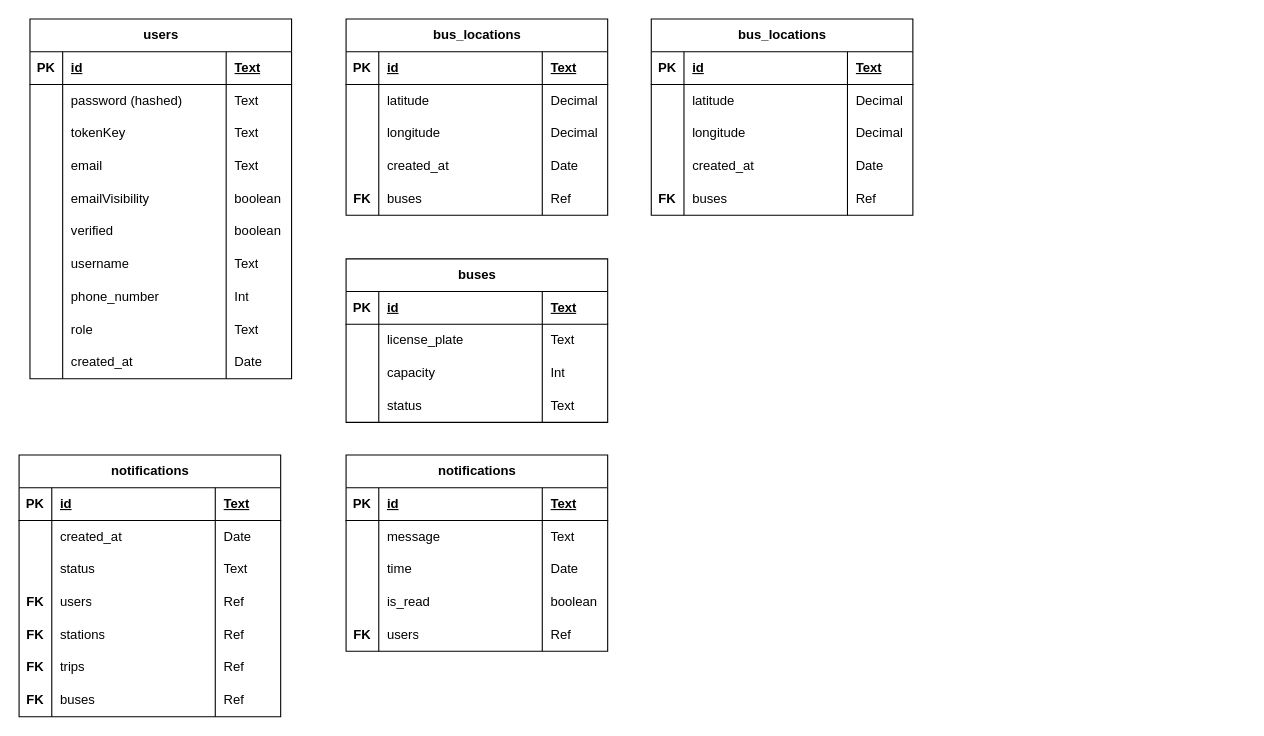
The draw.io diagram ERD-Bus-System-Improvement.drawio in lukas0173/Draw.io, before the edit. Source tidied: cells renumbered, new cells numbered last; positions are measured from the earlier drawing's top-left corner, leaving out a move shared by most shapes. Both pictures are drawn from the tidied source at 109%, with x=0, y=0 at pixel (19, 19).
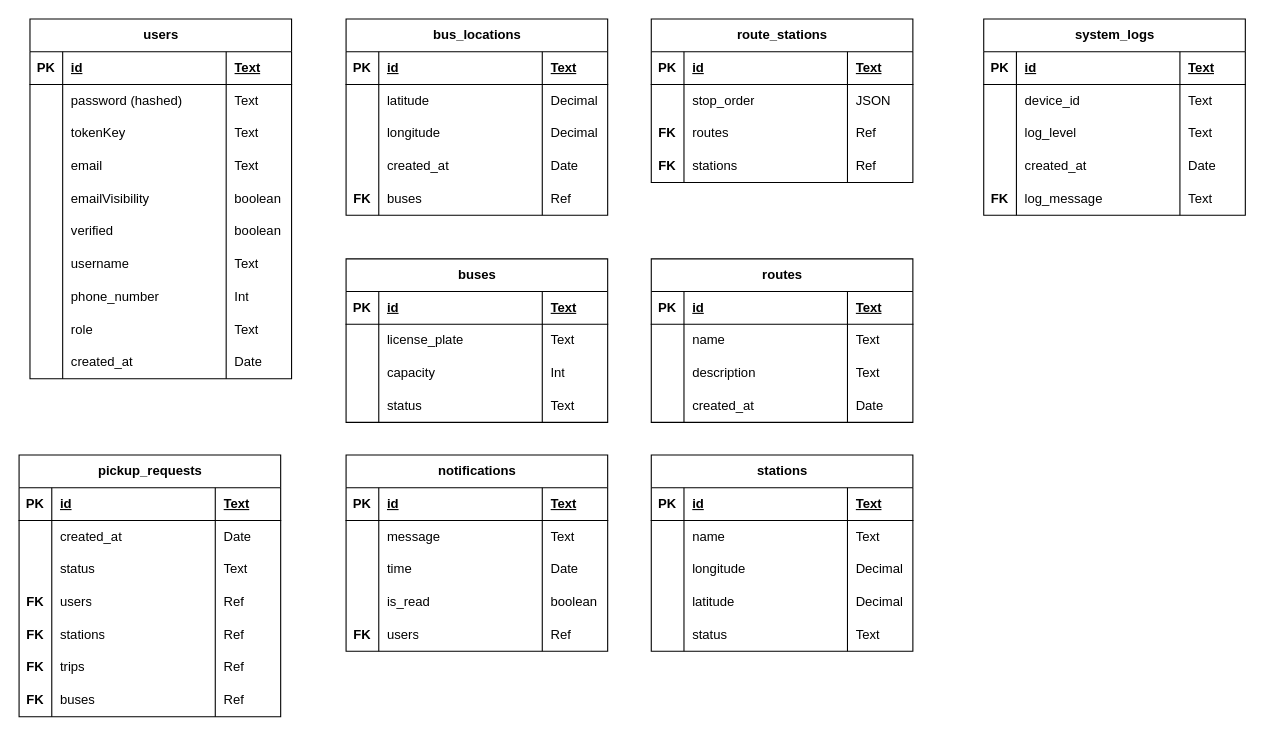
The same diagram, later.

The change refers to these unchanged cells:
```xml
<mxCell id="136" style="shape=tableRow;horizontal=0;startSize=0;swimlaneHead=0;swimlaneBody=0;fillColor=none;top=0;left=0;right=0;bottom=0;" parent="131" vertex="1">
  <mxGeometry y="60" width="240" height="30" as="geometry" />
</mxCell>
<mxCell id="140" style="shape=tableRow;horizontal=0;startSize=0;swimlaneHead=0;swimlaneBody=0;fillColor=none;top=0;left=0;right=0;bottom=0;" parent="131" vertex="1">
  <mxGeometry y="90" width="240" height="30" as="geometry" />
</mxCell>
<mxCell id="144" style="shape=tableRow;horizontal=0;startSize=0;swimlaneHead=0;swimlaneBody=0;fillColor=none;top=0;left=0;right=0;bottom=0;" parent="131" vertex="1">
  <mxGeometry y="120" width="240" height="30" as="geometry" />
</mxCell>
```

Change to the diagram source:
```diff
@@
-    <mxCell id="102" value="notifications" style="shape=table;startSize=30;childLayout=tableLayout;rowLines=0;fontStyle=1;align=center;html=1;" parent="1" vertex="1">
+    <mxCell id="102" value="pickup_requests" style="shape=table;startSize=30;childLayout=tableLayout;rowLines=0;fontStyle=1;align=center;html=1;" parent="1" vertex="1">
       <mxGeometry y="400" width="240" height="240" as="geometry" />
     </mxCell>
@@
-    <mxCell id="131" value="bus_locations" style="shape=table;startSize=30;childLayout=tableLayout;rowLines=0;fontStyle=1;align=center;html=1;" parent="1" vertex="1">
-      <mxGeometry x="580" width="240" height="180" as="geometry" />
+    <mxCell id="131" value="route_stations" style="shape=table;startSize=30;childLayout=tableLayout;rowLines=0;fontStyle=1;align=center;html=1;" parent="1" vertex="1">
+      <mxGeometry x="580" width="240" height="150" as="geometry" />
     </mxCell>
@@
-    <mxCell id="138" value="latitude" style="shape=partialRectangle;fillColor=none;top=0;left=0;bottom=0;right=0;align=left;spacingLeft=6;overflow=hidden;whiteSpace=wrap;html=1;" parent="136" vertex="1">
+    <mxCell id="138" value="stop_order" style="shape=partialRectangle;fillColor=none;top=0;left=0;bottom=0;right=0;align=left;spacingLeft=6;overflow=hidden;whiteSpace=wrap;html=1;" parent="136" vertex="1">
       <mxGeometry x="30" width="150" height="30" as="geometry" />
     </mxCell>
-    <mxCell id="139" value="Decimal" style="shape=partialRectangle;fillColor=none;top=0;left=0;bottom=0;right=0;align=left;spacingLeft=6;overflow=hidden;whiteSpace=wrap;html=1;" parent="136" vertex="1">
+    <mxCell id="139" value="JSON" style="shape=partialRectangle;fillColor=none;top=0;left=0;bottom=0;right=0;align=left;spacingLeft=6;overflow=hidden;whiteSpace=wrap;html=1;" parent="136" vertex="1">
       <mxGeometry x="180" width="60" height="30" as="geometry" />
     </mxCell>
@@
-    <mxCell id="141" style="shape=partialRectangle;fillColor=none;top=0;left=0;bottom=0;right=0;overflow=hidden;whiteSpace=wrap;html=1;" parent="140" vertex="1">
+    <mxCell id="141" value="&lt;b&gt;FK&lt;/b&gt;" style="shape=partialRectangle;fillColor=none;top=0;left=0;bottom=0;right=0;overflow=hidden;whiteSpace=wrap;html=1;" parent="140" vertex="1">
       <mxGeometry width="30" height="30" as="geometry" />
     </mxCell>
-    <mxCell id="142" value="longitude" style="shape=partialRectangle;fillColor=none;top=0;left=0;bottom=0;right=0;align=left;spacingLeft=6;overflow=hidden;whiteSpace=wrap;html=1;" parent="140" vertex="1">
+    <mxCell id="142" value="routes" style="shape=partialRectangle;fillColor=none;top=0;left=0;bottom=0;right=0;align=left;spacingLeft=6;overflow=hidden;whiteSpace=wrap;html=1;" parent="140" vertex="1">
       <mxGeometry x="30" width="150" height="30" as="geometry" />
     </mxCell>
-    <mxCell id="143" value="Decimal" style="shape=partialRectangle;fillColor=none;top=0;left=0;bottom=0;right=0;align=left;spacingLeft=6;overflow=hidden;whiteSpace=wrap;html=1;" parent="140" vertex="1">
+    <mxCell id="143" value="Ref" style="shape=partialRectangle;fillColor=none;top=0;left=0;bottom=0;right=0;align=left;spacingLeft=6;overflow=hidden;whiteSpace=wrap;html=1;" parent="140" vertex="1">
       <mxGeometry x="180" width="60" height="30" as="geometry" />
     </mxCell>
@@
-    <mxCell id="145" style="shape=partialRectangle;fillColor=none;top=0;left=0;bottom=0;right=0;overflow=hidden;whiteSpace=wrap;html=1;" parent="144" vertex="1">
+    <mxCell id="145" value="&lt;b&gt;FK&lt;/b&gt;" style="shape=partialRectangle;fillColor=none;top=0;left=0;bottom=0;right=0;overflow=hidden;whiteSpace=wrap;html=1;" parent="144" vertex="1">
       <mxGeometry width="30" height="30" as="geometry" />
     </mxCell>
-    <mxCell id="146" value="created_at" style="shape=partialRectangle;fillColor=none;top=0;left=0;bottom=0;right=0;align=left;spacingLeft=6;overflow=hidden;whiteSpace=wrap;html=1;" parent="144" vertex="1">
+    <mxCell id="146" value="stations" style="shape=partialRectangle;fillColor=none;top=0;left=0;bottom=0;right=0;align=left;spacingLeft=6;overflow=hidden;whiteSpace=wrap;html=1;" parent="144" vertex="1">
       <mxGeometry x="30" width="150" height="30" as="geometry" />
     </mxCell>
-    <mxCell id="147" value="Date" style="shape=partialRectangle;fillColor=none;top=0;left=0;bottom=0;right=0;align=left;spacingLeft=6;overflow=hidden;whiteSpace=wrap;html=1;" parent="144" vertex="1">
+    <mxCell id="147" value="Ref" style="shape=partialRectangle;fillColor=none;top=0;left=0;bottom=0;right=0;align=left;spacingLeft=6;overflow=hidden;whiteSpace=wrap;html=1;" parent="144" vertex="1">
       <mxGeometry x="180" width="60" height="30" as="geometry" />
     </mxCell>
-    <mxCell id="148" style="shape=tableRow;horizontal=0;startSize=0;swimlaneHead=0;swimlaneBody=0;fillColor=none;top=0;left=0;right=0;bottom=0;" parent="131" vertex="1">
-      <mxGeometry y="150" width="240" height="30" as="geometry" />
-    </mxCell>
+    <mxCell id="152" value="routes" style="shape=table;startSize=30;childLayout=tableLayout;rowLines=0;fontStyle=1;align=center;html=1;" parent="1" vertex="1">
+      <mxGeometry x="580" y="220" width="240" height="150" as="geometry" />
+    </mxCell>
+    <mxCell id="153" style="shape=tableRow;horizontal=0;startSize=0;swimlaneHead=0;swimlaneBody=0;fillColor=none;top=0;left=0;right=0;bottom=1;" parent="152" vertex="1">
+      <mxGeometry y="30" width="240" height="30" as="geometry" />
+    </mxCell>
+    <mxCell id="154" value="PK" style="shape=partialRectangle;fillColor=none;top=0;left=0;bottom=0;right=0;fontStyle=1;overflow=hidden;whiteSpace=wrap;html=1;" parent="153" vertex="1">
+      <mxGeometry width="30" height="30" as="geometry" />
+    </mxCell>
+    <mxCell id="155" value="id" style="shape=partialRectangle;fillColor=none;top=0;left=0;bottom=0;right=0;align=left;spacingLeft=6;fontStyle=5;overflow=hidden;whiteSpace=wrap;html=1;" parent="153" vertex="1">
+      <mxGeometry x="30" width="150" height="30" as="geometry" />
+    </mxCell>
+    <mxCell id="156" value="Text" style="shape=partialRectangle;fillColor=none;top=0;left=0;bottom=0;right=0;align=left;spacingLeft=6;fontStyle=5;overflow=hidden;whiteSpace=wrap;html=1;" parent="153" vertex="1">
+      <mxGeometry x="180" width="60" height="30" as="geometry" />
+    </mxCell>
+    <mxCell id="157" style="shape=tableRow;horizontal=0;startSize=0;swimlaneHead=0;swimlaneBody=0;fillColor=none;top=0;left=0;right=0;bottom=0;" parent="152" vertex="1">
+      <mxGeometry y="60" width="240" height="30" as="geometry" />
+    </mxCell>
+    <mxCell id="158" style="shape=partialRectangle;fillColor=none;top=0;left=0;bottom=0;right=0;overflow=hidden;whiteSpace=wrap;html=1;" parent="157" vertex="1">
+      <mxGeometry width="30" height="30" as="geometry" />
+    </mxCell>
+    <mxCell id="159" value="name" style="shape=partialRectangle;fillColor=none;top=0;left=0;bottom=0;right=0;align=left;spacingLeft=6;overflow=hidden;whiteSpace=wrap;html=1;" parent="157" vertex="1">
+      <mxGeometry x="30" width="150" height="30" as="geometry" />
+    </mxCell>
+    <mxCell id="160" value="Text" style="shape=partialRectangle;fillColor=none;top=0;left=0;bottom=0;right=0;align=left;spacingLeft=6;overflow=hidden;whiteSpace=wrap;html=1;" parent="157" vertex="1">
+      <mxGeometry x="180" width="60" height="30" as="geometry" />
+    </mxCell>
+    <mxCell id="161" style="shape=tableRow;horizontal=0;startSize=0;swimlaneHead=0;swimlaneBody=0;fillColor=none;top=0;left=0;right=0;bottom=0;" parent="152" vertex="1">
+      <mxGeometry y="90" width="240" height="30" as="geometry" />
+    </mxCell>
+    <mxCell id="162" style="shape=partialRectangle;fillColor=none;top=0;left=0;bottom=0;right=0;overflow=hidden;whiteSpace=wrap;html=1;" parent="161" vertex="1">
+      <mxGeometry width="30" height="30" as="geometry" />
+    </mxCell>
+    <mxCell id="163" value="description" style="shape=partialRectangle;fillColor=none;top=0;left=0;bottom=0;right=0;align=left;spacingLeft=6;overflow=hidden;whiteSpace=wrap;html=1;" parent="161" vertex="1">
+      <mxGeometry x="30" width="150" height="30" as="geometry" />
+    </mxCell>
+    <mxCell id="164" value="Text" style="shape=partialRectangle;fillColor=none;top=0;left=0;bottom=0;right=0;align=left;spacingLeft=6;overflow=hidden;whiteSpace=wrap;html=1;" parent="161" vertex="1">
+      <mxGeometry x="180" width="60" height="30" as="geometry" />
+    </mxCell>
+    <mxCell id="165" style="shape=tableRow;horizontal=0;startSize=0;swimlaneHead=0;swimlaneBody=0;fillColor=none;top=0;left=0;right=0;bottom=0;" parent="152" vertex="1">
+      <mxGeometry y="120" width="240" height="30" as="geometry" />
+    </mxCell>
+    <mxCell id="166" style="shape=partialRectangle;fillColor=none;top=0;left=0;bottom=0;right=0;overflow=hidden;whiteSpace=wrap;html=1;" parent="165" vertex="1">
+      <mxGeometry width="30" height="30" as="geometry" />
+    </mxCell>
+    <mxCell id="167" value="created_at" style="shape=partialRectangle;fillColor=none;top=0;left=0;bottom=0;right=0;align=left;spacingLeft=6;overflow=hidden;whiteSpace=wrap;html=1;" parent="165" vertex="1">
+      <mxGeometry x="30" width="150" height="30" as="geometry" />
+    </mxCell>
+    <mxCell id="168" value="Date" style="shape=partialRectangle;fillColor=none;top=0;left=0;bottom=0;right=0;align=left;spacingLeft=6;overflow=hidden;whiteSpace=wrap;html=1;" parent="165" vertex="1">
+      <mxGeometry x="180" width="60" height="30" as="geometry" />
+    </mxCell>
+    <mxCell id="169" value="stations" style="shape=table;startSize=30;childLayout=tableLayout;rowLines=0;fontStyle=1;align=center;html=1;" parent="1" vertex="1">
+      <mxGeometry x="580" y="400" width="240" height="180" as="geometry" />
+    </mxCell>
+    <mxCell id="170" style="shape=tableRow;horizontal=0;startSize=0;swimlaneHead=0;swimlaneBody=0;fillColor=none;top=0;left=0;right=0;bottom=1;" parent="169" vertex="1">
+      <mxGeometry y="30" width="240" height="30" as="geometry" />
+    </mxCell>
+    <mxCell id="171" value="PK" style="shape=partialRectangle;fillColor=none;top=0;left=0;bottom=0;right=0;fontStyle=1;overflow=hidden;whiteSpace=wrap;html=1;" parent="170" vertex="1">
+      <mxGeometry width="30" height="30" as="geometry" />
+    </mxCell>
+    <mxCell id="172" value="id" style="shape=partialRectangle;fillColor=none;top=0;left=0;bottom=0;right=0;align=left;spacingLeft=6;fontStyle=5;overflow=hidden;whiteSpace=wrap;html=1;" parent="170" vertex="1">
+      <mxGeometry x="30" width="150" height="30" as="geometry" />
+    </mxCell>
+    <mxCell id="173" value="Text" style="shape=partialRectangle;fillColor=none;top=0;left=0;bottom=0;right=0;align=left;spacingLeft=6;fontStyle=5;overflow=hidden;whiteSpace=wrap;html=1;" parent="170" vertex="1">
+      <mxGeometry x="180" width="60" height="30" as="geometry" />
+    </mxCell>
+    <mxCell id="174" style="shape=tableRow;horizontal=0;startSize=0;swimlaneHead=0;swimlaneBody=0;fillColor=none;top=0;left=0;right=0;bottom=0;" parent="169" vertex="1">
+      <mxGeometry y="60" width="240" height="30" as="geometry" />
+    </mxCell>
+    <mxCell id="175" style="shape=partialRectangle;fillColor=none;top=0;left=0;bottom=0;right=0;overflow=hidden;whiteSpace=wrap;html=1;" parent="174" vertex="1">
+      <mxGeometry width="30" height="30" as="geometry" />
+    </mxCell>
+    <mxCell id="176" value="name" style="shape=partialRectangle;fillColor=none;top=0;left=0;bottom=0;right=0;align=left;spacingLeft=6;overflow=hidden;whiteSpace=wrap;html=1;" parent="174" vertex="1">
+      <mxGeometry x="30" width="150" height="30" as="geometry" />
+    </mxCell>
+    <mxCell id="177" value="Text" style="shape=partialRectangle;fillColor=none;top=0;left=0;bottom=0;right=0;align=left;spacingLeft=6;overflow=hidden;whiteSpace=wrap;html=1;" parent="174" vertex="1">
+      <mxGeometry x="180" width="60" height="30" as="geometry" />
+    </mxCell>
+    <mxCell id="178" style="shape=tableRow;horizontal=0;startSize=0;swimlaneHead=0;swimlaneBody=0;fillColor=none;top=0;left=0;right=0;bottom=0;" parent="169" vertex="1">
+      <mxGeometry y="90" width="240" height="30" as="geometry" />
+    </mxCell>
+    <mxCell id="179" style="shape=partialRectangle;fillColor=none;top=0;left=0;bottom=0;right=0;overflow=hidden;whiteSpace=wrap;html=1;" parent="178" vertex="1">
+      <mxGeometry width="30" height="30" as="geometry" />
+    </mxCell>
+    <mxCell id="180" value="longitude" style="shape=partialRectangle;fillColor=none;top=0;left=0;bottom=0;right=0;align=left;spacingLeft=6;overflow=hidden;whiteSpace=wrap;html=1;" parent="178" vertex="1">
+      <mxGeometry x="30" width="150" height="30" as="geometry" />
+    </mxCell>
+    <mxCell id="181" value="Decimal" style="shape=partialRectangle;fillColor=none;top=0;left=0;bottom=0;right=0;align=left;spacingLeft=6;overflow=hidden;whiteSpace=wrap;html=1;" parent="178" vertex="1">
+      <mxGeometry x="180" width="60" height="30" as="geometry" />
+    </mxCell>
+    <mxCell id="182" style="shape=tableRow;horizontal=0;startSize=0;swimlaneHead=0;swimlaneBody=0;fillColor=none;top=0;left=0;right=0;bottom=0;" parent="169" vertex="1">
+      <mxGeometry y="120" width="240" height="30" as="geometry" />
+    </mxCell>
+    <mxCell id="183" style="shape=partialRectangle;fillColor=none;top=0;left=0;bottom=0;right=0;overflow=hidden;whiteSpace=wrap;html=1;" parent="182" vertex="1">
+      <mxGeometry width="30" height="30" as="geometry" />
+    </mxCell>
+    <mxCell id="184" value="latitude" style="shape=partialRectangle;fillColor=none;top=0;left=0;bottom=0;right=0;align=left;spacingLeft=6;overflow=hidden;whiteSpace=wrap;html=1;" parent="182" vertex="1">
+      <mxGeometry x="30" width="150" height="30" as="geometry" />
+    </mxCell>
+    <mxCell id="185" value="Decimal" style="shape=partialRectangle;fillColor=none;top=0;left=0;bottom=0;right=0;align=left;spacingLeft=6;overflow=hidden;whiteSpace=wrap;html=1;" parent="182" vertex="1">
+      <mxGeometry x="180" width="60" height="30" as="geometry" />
+    </mxCell>
+    <mxCell id="186" style="shape=tableRow;horizontal=0;startSize=0;swimlaneHead=0;swimlaneBody=0;fillColor=none;top=0;left=0;right=0;bottom=0;" parent="169" vertex="1">
+      <mxGeometry y="150" width="240" height="30" as="geometry" />
+    </mxCell>
+    <mxCell id="187" style="shape=partialRectangle;fillColor=none;top=0;left=0;bottom=0;right=0;overflow=hidden;whiteSpace=wrap;html=1;" parent="186" vertex="1">
+      <mxGeometry width="30" height="30" as="geometry" />
+    </mxCell>
+    <mxCell id="188" value="status" style="shape=partialRectangle;fillColor=none;top=0;left=0;bottom=0;right=0;align=left;spacingLeft=6;overflow=hidden;whiteSpace=wrap;html=1;" parent="186" vertex="1">
+      <mxGeometry x="30" width="150" height="30" as="geometry" />
+    </mxCell>
+    <mxCell id="189" value="Text" style="shape=partialRectangle;fillColor=none;top=0;left=0;bottom=0;right=0;align=left;spacingLeft=6;overflow=hidden;whiteSpace=wrap;html=1;" parent="186" vertex="1">
+      <mxGeometry x="180" width="60" height="30" as="geometry" />
+    </mxCell>
+    <mxCell id="190" value="system_logs" style="shape=table;startSize=30;childLayout=tableLayout;rowLines=0;fontStyle=1;align=center;html=1;" parent="1" vertex="1">
+      <mxGeometry x="885" width="240" height="180" as="geometry" />
+    </mxCell>
+    <mxCell id="191" style="shape=tableRow;horizontal=0;startSize=0;swimlaneHead=0;swimlaneBody=0;fillColor=none;top=0;left=0;right=0;bottom=1;" parent="190" vertex="1">
+      <mxGeometry y="30" width="240" height="30" as="geometry" />
+    </mxCell>
+    <mxCell id="192" value="PK" style="shape=partialRectangle;fillColor=none;top=0;left=0;bottom=0;right=0;fontStyle=1;overflow=hidden;whiteSpace=wrap;html=1;" parent="191" vertex="1">
+      <mxGeometry width="30" height="30" as="geometry" />
+    </mxCell>
+    <mxCell id="193" value="id" style="shape=partialRectangle;fillColor=none;top=0;left=0;bottom=0;right=0;align=left;spacingLeft=6;fontStyle=5;overflow=hidden;whiteSpace=wrap;html=1;" parent="191" vertex="1">
+      <mxGeometry x="30" width="150" height="30" as="geometry" />
+    </mxCell>
+    <mxCell id="194" value="Text" style="shape=partialRectangle;fillColor=none;top=0;left=0;bottom=0;right=0;align=left;spacingLeft=6;fontStyle=5;overflow=hidden;whiteSpace=wrap;html=1;" parent="191" vertex="1">
+      <mxGeometry x="180" width="60" height="30" as="geometry" />
+    </mxCell>
+    <mxCell id="195" style="shape=tableRow;horizontal=0;startSize=0;swimlaneHead=0;swimlaneBody=0;fillColor=none;top=0;left=0;right=0;bottom=0;" parent="190" vertex="1">
+      <mxGeometry y="60" width="240" height="30" as="geometry" />
+    </mxCell>
+    <mxCell id="196" style="shape=partialRectangle;fillColor=none;top=0;left=0;bottom=0;right=0;overflow=hidden;whiteSpace=wrap;html=1;" parent="195" vertex="1">
+      <mxGeometry width="30" height="30" as="geometry" />
+    </mxCell>
+    <mxCell id="197" value="device_id" style="shape=partialRectangle;fillColor=none;top=0;left=0;bottom=0;right=0;align=left;spacingLeft=6;overflow=hidden;whiteSpace=wrap;html=1;" parent="195" vertex="1">
+      <mxGeometry x="30" width="150" height="30" as="geometry" />
+    </mxCell>
+    <mxCell id="198" value="Text" style="shape=partialRectangle;fillColor=none;top=0;left=0;bottom=0;right=0;align=left;spacingLeft=6;overflow=hidden;whiteSpace=wrap;html=1;" parent="195" vertex="1">
+      <mxGeometry x="180" width="60" height="30" as="geometry" />
+    </mxCell>
+    <mxCell id="199" style="shape=tableRow;horizontal=0;startSize=0;swimlaneHead=0;swimlaneBody=0;fillColor=none;top=0;left=0;right=0;bottom=0;" parent="190" vertex="1">
+      <mxGeometry y="90" width="240" height="30" as="geometry" />
+    </mxCell>
+    <mxCell id="200" style="shape=partialRectangle;fillColor=none;top=0;left=0;bottom=0;right=0;overflow=hidden;whiteSpace=wrap;html=1;" parent="199" vertex="1">
+      <mxGeometry width="30" height="30" as="geometry" />
+    </mxCell>
+    <mxCell id="201" value="log_level" style="shape=partialRectangle;fillColor=none;top=0;left=0;bottom=0;right=0;align=left;spacingLeft=6;overflow=hidden;whiteSpace=wrap;html=1;" parent="199" vertex="1">
+      <mxGeometry x="30" width="150" height="30" as="geometry" />
+    </mxCell>
+    <mxCell id="202" value="Text" style="shape=partialRectangle;fillColor=none;top=0;left=0;bottom=0;right=0;align=left;spacingLeft=6;overflow=hidden;whiteSpace=wrap;html=1;" parent="199" vertex="1">
+      <mxGeometry x="180" width="60" height="30" as="geometry" />
+    </mxCell>
+    <mxCell id="203" style="shape=tableRow;horizontal=0;startSize=0;swimlaneHead=0;swimlaneBody=0;fillColor=none;top=0;left=0;right=0;bottom=0;" parent="190" vertex="1">
+      <mxGeometry y="120" width="240" height="30" as="geometry" />
+    </mxCell>
+    <mxCell id="204" style="shape=partialRectangle;fillColor=none;top=0;left=0;bottom=0;right=0;overflow=hidden;whiteSpace=wrap;html=1;" parent="203" vertex="1">
+      <mxGeometry width="30" height="30" as="geometry" />
+    </mxCell>
+    <mxCell id="205" value="created_at" style="shape=partialRectangle;fillColor=none;top=0;left=0;bottom=0;right=0;align=left;spacingLeft=6;overflow=hidden;whiteSpace=wrap;html=1;" parent="203" vertex="1">
+      <mxGeometry x="30" width="150" height="30" as="geometry" />
+    </mxCell>
+    <mxCell id="206" value="Date" style="shape=partialRectangle;fillColor=none;top=0;left=0;bottom=0;right=0;align=left;spacingLeft=6;overflow=hidden;whiteSpace=wrap;html=1;" parent="203" vertex="1">
+      <mxGeometry x="180" width="60" height="30" as="geometry" />
+    </mxCell>
+    <mxCell id="207" style="shape=tableRow;horizontal=0;startSize=0;swimlaneHead=0;swimlaneBody=0;fillColor=none;top=0;left=0;right=0;bottom=0;" parent="190" vertex="1">
+      <mxGeometry y="150" width="240" height="30" as="geometry" />
+    </mxCell>
-    <mxCell id="149" value="&lt;b&gt;FK&lt;/b&gt;" style="shape=partialRectangle;fillColor=none;top=0;left=0;bottom=0;right=0;overflow=hidden;whiteSpace=wrap;html=1;" parent="148" vertex="1">
+    <mxCell id="149" value="&lt;b&gt;FK&lt;/b&gt;" style="shape=partialRectangle;fillColor=none;top=0;left=0;bottom=0;right=0;overflow=hidden;whiteSpace=wrap;html=1;" parent="207" vertex="1">
       <mxGeometry width="30" height="30" as="geometry" />
     </mxCell>
-    <mxCell id="150" value="buses" style="shape=partialRectangle;fillColor=none;top=0;left=0;bottom=0;right=0;align=left;spacingLeft=6;overflow=hidden;whiteSpace=wrap;html=1;" parent="148" vertex="1">
-      <mxGeometry x="30" width="150" height="30" as="geometry" />
-    </mxCell>
-    <mxCell id="151" value="Ref" style="shape=partialRectangle;fillColor=none;top=0;left=0;bottom=0;right=0;align=left;spacingLeft=6;overflow=hidden;whiteSpace=wrap;html=1;" parent="148" vertex="1">
-      <mxGeometry x="180" width="60" height="30" as="geometry" />
-    </mxCell>
+    <mxCell id="208" value="log_message" style="shape=partialRectangle;fillColor=none;top=0;left=0;bottom=0;right=0;align=left;spacingLeft=6;overflow=hidden;whiteSpace=wrap;html=1;" parent="207" vertex="1">
+      <mxGeometry x="30" width="150" height="30" as="geometry" />
+    </mxCell>
+    <mxCell id="209" value="Text" style="shape=partialRectangle;fillColor=none;top=0;left=0;bottom=0;right=0;align=left;spacingLeft=6;overflow=hidden;whiteSpace=wrap;html=1;" parent="207" vertex="1">
+      <mxGeometry x="180" width="60" height="30" as="geometry" />
+    </mxCell>
```
